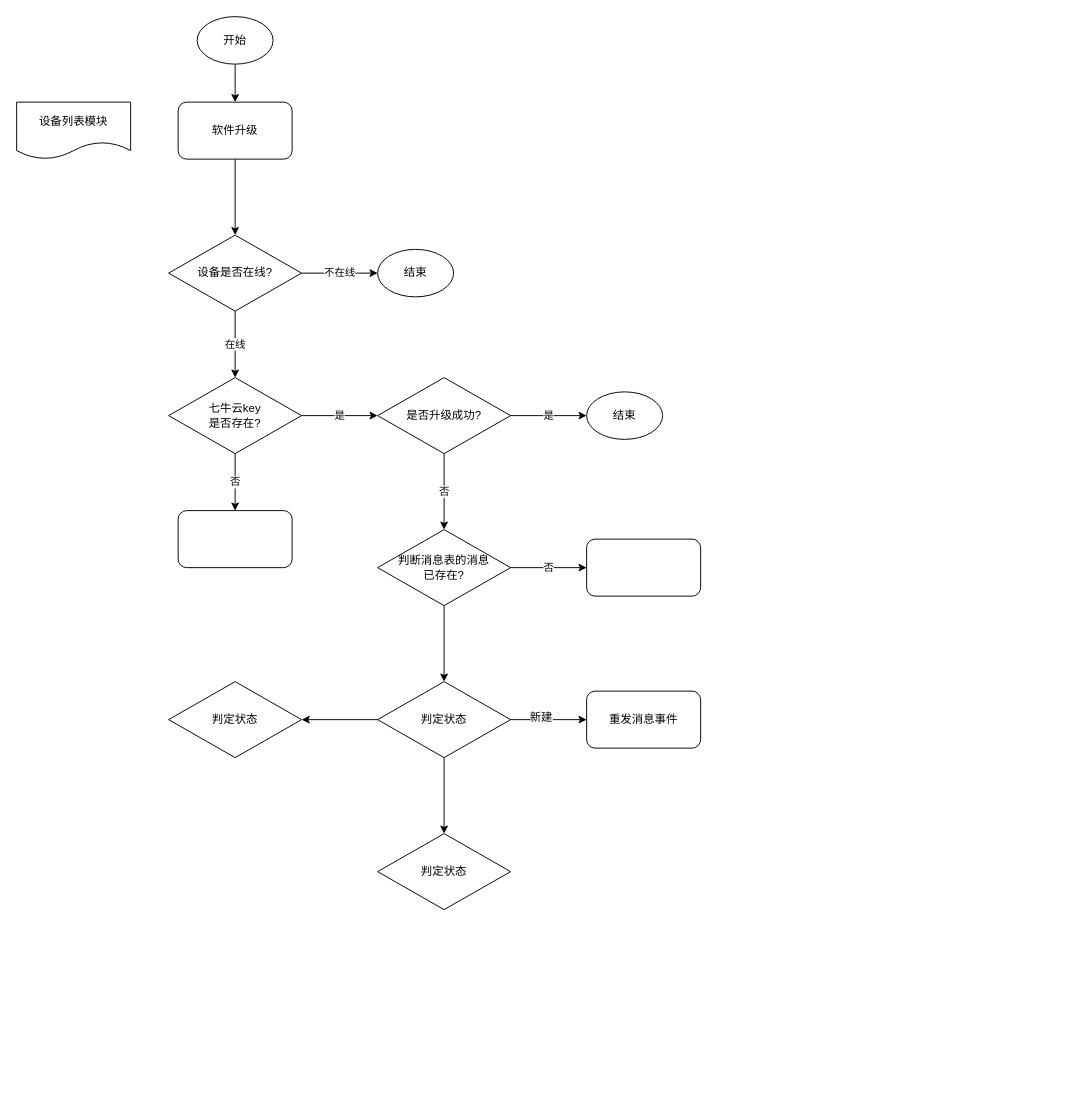
Above: 流程图-软件升级.drawio in wanweikang/flowchart (draw.io), before the change. Source tidied: cells renumbered, new cells numbered last; positions are measured from the earlier drawing's top-left corner, leaving out a move shared by most shapes. Both pictures are drawn from the tidied source at 95%, with x=0, y=0 at pixel (16, 16).
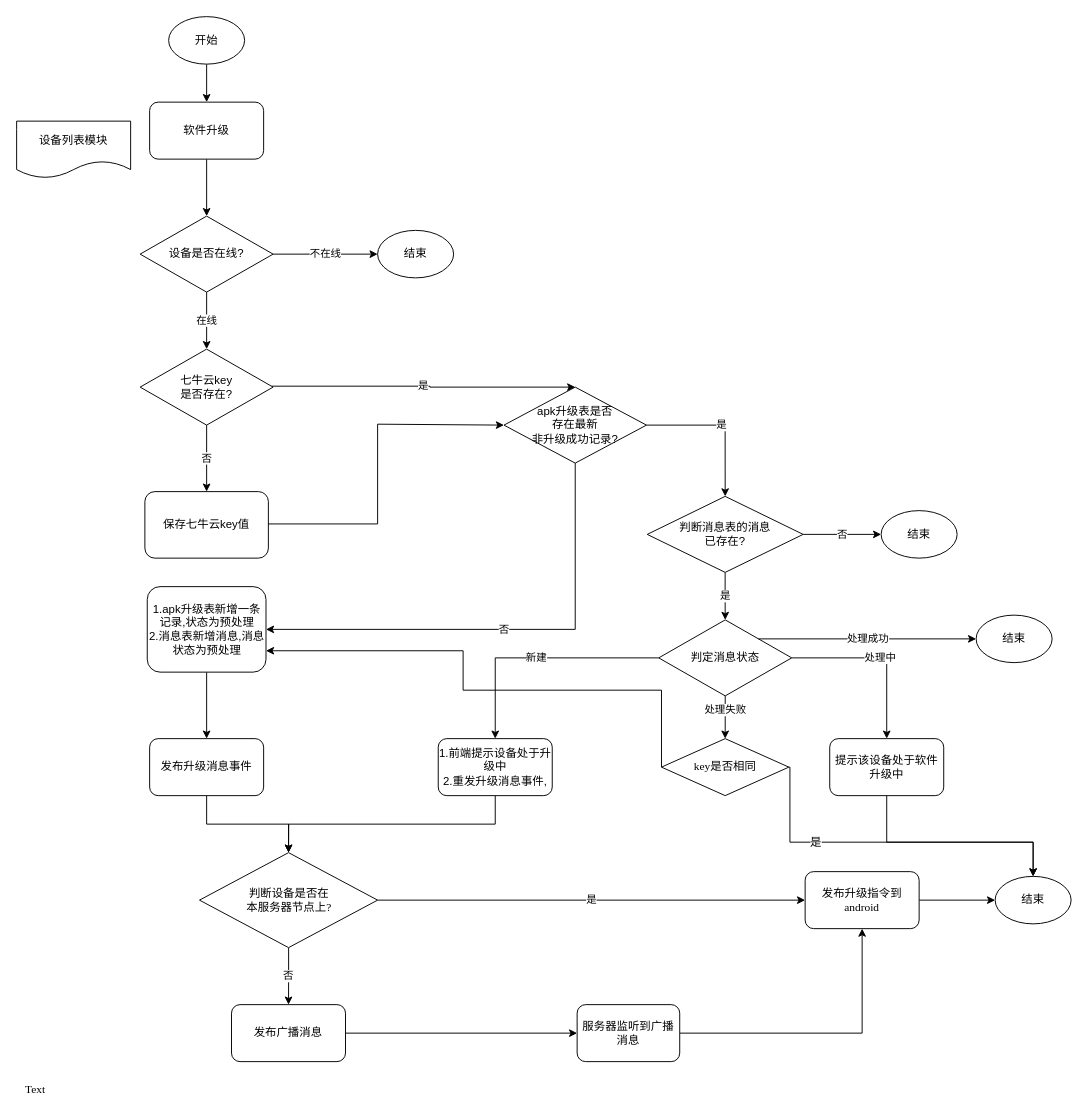
The same diagram, later.

Commit message:
Update 流程图-软件升级.drawio

Diff of the diagram source:
```diff
@@
     <mxCell id="3" value="开始" style="ellipse;whiteSpace=wrap;html=1;" parent="1" vertex="1">
-      <mxGeometry x="190" width="80" height="50" as="geometry" />
+      <mxGeometry x="160" width="80" height="50" as="geometry" />
     </mxCell>
@@
     <mxCell id="5" value="软件升级" style="rounded=1;whiteSpace=wrap;html=1;" parent="1" vertex="1">
-      <mxGeometry x="170" y="90" width="120" height="60" as="geometry" />
+      <mxGeometry x="140" y="90" width="120" height="60" as="geometry" />
     </mxCell>
     <mxCell id="6" value="设备列表模块" style="shape=document;whiteSpace=wrap;html=1;boundedLbl=1;" parent="1" vertex="1">
-      <mxGeometry y="90" width="120" height="60" as="geometry" />
+      <mxGeometry y="110" width="120" height="60" as="geometry" />
     </mxCell>
@@
-    <mxCell id="8" value="是" style="edgeStyle=orthogonalEdgeStyle;rounded=0;jettySize=auto;html=1;" parent="1" edge="1" source="9" target="12">
-      <mxGeometry relative="1" as="geometry" />
-    </mxCell>
+    <mxCell id="31" value="是" style="edgeStyle=orthogonalEdgeStyle;rounded=0;jettySize=auto;html=1;fontFamily=Garamond;entryX=0.5;entryY=0;entryDx=0;entryDy=0;" parent="1" edge="1" source="9" target="34">
+      <mxGeometry relative="1" as="geometry">
+        <Array as="points">
+          <mxPoint x="435" y="389" />
+        </Array>
+      </mxGeometry>
+    </mxCell>
     <mxCell id="9" value="七牛云key&lt;br&gt;是否存在?" style="rhombus;whiteSpace=wrap;html=1;" parent="1" vertex="1">
-      <mxGeometry x="160" y="380" width="140" height="80" as="geometry" />
+      <mxGeometry x="130" y="350" width="140" height="80" as="geometry" />
     </mxCell>
-    <mxCell id="10" value="是" style="edgeStyle=orthogonalEdgeStyle;rounded=0;jettySize=auto;html=1;" parent="1" edge="1" source="12">
-      <mxGeometry relative="1" as="geometry">
-        <mxPoint x="600" y="420" as="targetPoint" />
-      </mxGeometry>
-    </mxCell>
-    <mxCell id="11" value="否" style="edgeStyle=orthogonalEdgeStyle;rounded=0;jettySize=auto;html=1;" parent="1" edge="1" source="12" target="15">
-      <mxGeometry relative="1" as="geometry" />
-    </mxCell>
-    <mxCell id="12" value="是否升级成功?" style="rhombus;whiteSpace=wrap;html=1;" parent="1" vertex="1">
-      <mxGeometry x="380" y="380" width="140" height="80" as="geometry" />
-    </mxCell>
-    <mxCell id="13" value="否" style="edgeStyle=orthogonalEdgeStyle;rounded=0;jettySize=auto;html=1;" parent="1" edge="1" source="15">
-      <mxGeometry relative="1" as="geometry">
-        <mxPoint x="600" y="580" as="targetPoint" />
-      </mxGeometry>
-    </mxCell>
+    <mxCell id="32" value="是" style="edgeStyle=orthogonalEdgeStyle;rounded=0;jettySize=auto;html=1;exitX=1;exitY=0.5;exitDx=0;exitDy=0;entryX=0.5;entryY=0;entryDx=0;entryDy=0;fontFamily=Garamond;" parent="1" edge="1" source="34" target="15">
+      <mxGeometry relative="1" as="geometry" />
+    </mxCell>
+    <mxCell id="33" value="否" style="edgeStyle=orthogonalEdgeStyle;rounded=0;jettySize=auto;html=1;exitX=0.5;exitY=1;exitDx=0;exitDy=0;entryX=1;entryY=0.5;entryDx=0;entryDy=0;fontFamily=Garamond;" parent="1" edge="1" source="34" target="57">
+      <mxGeometry relative="1" as="geometry" />
+    </mxCell>
+    <mxCell id="34" value="apk升级表是否&lt;br&gt;存在最新&lt;br&gt;非升级成功记录?" style="rhombus;whiteSpace=wrap;html=1;" parent="1" vertex="1">
+      <mxGeometry x="513" y="390" width="150" height="80" as="geometry" />
+    </mxCell>
-    <mxCell id="14" style="edgeStyle=orthogonalEdgeStyle;rounded=0;jettySize=auto;html=1;" parent="1" edge="1" source="15" target="20">
+    <mxCell id="14" value="是" style="edgeStyle=orthogonalEdgeStyle;rounded=0;jettySize=auto;html=1;" parent="1" edge="1" source="15" target="20">
       <mxGeometry relative="1" as="geometry" />
     </mxCell>
+    <mxCell id="35" value="否" style="edgeStyle=orthogonalEdgeStyle;rounded=0;jettySize=auto;html=1;fontFamily=Garamond;entryX=0;entryY=0.5;entryDx=0;entryDy=0;" parent="1" edge="1" source="15" target="58">
+      <mxGeometry relative="1" as="geometry" />
+    </mxCell>
     <mxCell id="15" value="判断消息表的消息&lt;br&gt;已存在?" style="rhombus;whiteSpace=wrap;html=1;" parent="1" vertex="1">
-      <mxGeometry x="380" y="540" width="140" height="80" as="geometry" />
+      <mxGeometry x="663.8" y="505" width="164.1" height="80" as="geometry" />
     </mxCell>
-    <mxCell id="16" style="edgeStyle=orthogonalEdgeStyle;rounded=0;jettySize=auto;html=1;" parent="1" edge="1" source="20">
-      <mxGeometry relative="1" as="geometry">
-        <mxPoint x="600" y="740" as="targetPoint" />
-      </mxGeometry>
-    </mxCell>
-    <mxCell id="17" value="新建" style="text;html=1;align=center;verticalAlign=middle;labelBackgroundColor=#ffffff;" parent="16" vertex="1">
-      <mxGeometry x="-0.23" y="3" relative="1" as="geometry" />
+    <mxCell id="17" value="新建" style="edgeStyle=orthogonalEdgeStyle;rounded=0;jettySize=auto;html=1;exitX=0;exitY=0.5;exitDx=0;exitDy=0;entryX=0.5;entryY=0;entryDx=0;entryDy=0;fontFamily=Garamond;" parent="1" edge="1" source="20" target="30">
+      <mxGeometry relative="1" as="geometry" />
     </mxCell>
-    <mxCell id="18" style="edgeStyle=orthogonalEdgeStyle;rounded=0;jettySize=auto;html=1;" parent="1" edge="1" source="20" target="22">
-      <mxGeometry relative="1" as="geometry" />
-    </mxCell>
-    <mxCell id="19" style="edgeStyle=orthogonalEdgeStyle;rounded=0;jettySize=auto;html=1;" parent="1" edge="1" source="20" target="21">
-      <mxGeometry relative="1" as="geometry" />
-    </mxCell>
+    <mxCell id="36" value="处理中" style="edgeStyle=orthogonalEdgeStyle;rounded=0;jettySize=auto;html=1;exitX=1;exitY=0.5;exitDx=0;exitDy=0;entryX=0.5;entryY=0;entryDx=0;entryDy=0;fontFamily=Garamond;" parent="1" edge="1" source="20" target="44">
+      <mxGeometry relative="1" as="geometry" />
+    </mxCell>
-    <mxCell id="20" value="判定状态" style="rhombus;whiteSpace=wrap;html=1;" parent="1" vertex="1">
-      <mxGeometry x="380" y="700" width="140" height="80" as="geometry" />
+    <mxCell id="20" value="判定消息状态" style="rhombus;whiteSpace=wrap;html=1;" parent="1" vertex="1">
+      <mxGeometry x="675.9" y="635" width="140" height="80" as="geometry" />
     </mxCell>
-    <mxCell id="21" value="判定状态" style="rhombus;whiteSpace=wrap;html=1;" parent="1" vertex="1">
-      <mxGeometry x="160" y="700" width="140" height="80" as="geometry" />
-    </mxCell>
-    <mxCell id="22" value="判定状态" style="rhombus;whiteSpace=wrap;html=1;" parent="1" vertex="1">
-      <mxGeometry x="380" y="860" width="140" height="80" as="geometry" />
-    </mxCell>
+    <mxCell id="37" style="edgeStyle=orthogonalEdgeStyle;rounded=0;jettySize=auto;html=1;exitX=1;exitY=0.5;exitDx=0;exitDy=0;entryX=0;entryY=0.5;entryDx=0;entryDy=0;fontFamily=Garamond;" parent="1" edge="1" source="23" target="34">
+      <mxGeometry relative="1" as="geometry">
+        <Array as="points">
+          <mxPoint x="380" y="534" />
+          <mxPoint x="380" y="429" />
+        </Array>
+      </mxGeometry>
+    </mxCell>
-    <mxCell id="23" style="rounded=1;whiteSpace=wrap;html=1;" parent="1" vertex="1">
-      <mxGeometry x="170" y="520" width="120" height="60" as="geometry" />
+    <mxCell id="23" value="保存七牛云key值" style="rounded=1;whiteSpace=wrap;html=1;" parent="1" vertex="1">
+      <mxGeometry x="135" y="500" width="130" height="70" as="geometry" />
     </mxCell>
-    <mxCell id="24" value="结束" style="ellipse;whiteSpace=wrap;html=1;" parent="1" vertex="1">
-      <mxGeometry x="600" y="395" width="80" height="50" as="geometry" />
-    </mxCell>
-    <mxCell id="25" style="rounded=1;whiteSpace=wrap;html=1;" parent="1" vertex="1">
-      <mxGeometry x="600" y="550" width="120" height="60" as="geometry" />
-    </mxCell>
+    <mxCell id="38" style="edgeStyle=orthogonalEdgeStyle;rounded=0;jettySize=auto;html=1;exitX=0.5;exitY=1;exitDx=0;exitDy=0;entryX=0.5;entryY=0;entryDx=0;entryDy=0;fontFamily=Garamond;" parent="1" edge="1" source="39" target="48">
+      <mxGeometry relative="1" as="geometry" />
+    </mxCell>
+    <mxCell id="39" value="发布升级消息事件" style="rounded=1;whiteSpace=wrap;html=1;" parent="1" vertex="1">
+      <mxGeometry x="140" y="760" width="120" height="60" as="geometry" />
+    </mxCell>
@@
     <mxCell id="27" value="不在线" style="edgeStyle=orthogonalEdgeStyle;rounded=0;jettySize=auto;html=1;" parent="1" edge="1" source="28">
       <mxGeometry relative="1" as="geometry">
-        <mxPoint x="380" y="270" as="targetPoint" />
+        <mxPoint x="380" y="250" as="targetPoint" />
       </mxGeometry>
     </mxCell>
     <mxCell id="28" value="设备是否在线?" style="rhombus;whiteSpace=wrap;html=1;" parent="1" vertex="1">
-      <mxGeometry x="160" y="230" width="140" height="80" as="geometry" />
+      <mxGeometry x="130" y="210" width="140" height="80" as="geometry" />
     </mxCell>
     <mxCell id="29" value="结束" style="ellipse;whiteSpace=wrap;html=1;" parent="1" vertex="1">
-      <mxGeometry x="380" y="245" width="80" height="50" as="geometry" />
+      <mxGeometry x="380" y="225" width="80" height="50" as="geometry" />
     </mxCell>
+    <mxCell id="40" style="edgeStyle=orthogonalEdgeStyle;rounded=0;jettySize=auto;html=1;exitX=0.5;exitY=1;exitDx=0;exitDy=0;entryX=0.5;entryY=0;entryDx=0;entryDy=0;fontFamily=Garamond;" parent="1" edge="1" source="30" target="48">
+      <mxGeometry relative="1" as="geometry" />
+    </mxCell>
-    <mxCell id="30" value="重发消息事件" style="rounded=1;whiteSpace=wrap;html=1;" parent="1" vertex="1">
-      <mxGeometry x="600" y="710" width="120" height="60" as="geometry" />
+    <mxCell id="30" value="1.前端提示设备处于升级中&lt;br&gt;2.重发升级消息事件," style="rounded=1;whiteSpace=wrap;html=1;" parent="1" vertex="1">
+      <mxGeometry x="443.8" y="760" width="120" height="60" as="geometry" />
     </mxCell>
+    <mxCell id="41" value="处理失败" style="endArrow=classic;html=1;fontFamily=Garamond;entryX=0.5;entryY=0;entryDx=0;entryDy=0;exitX=0.5;exitY=1;exitDx=0;exitDy=0;" parent="1" edge="1" source="20" target="62">
+      <mxGeometry x="-0.33" relative="1" as="geometry" />
+    </mxCell>
+    <mxCell id="42" value="结束" style="ellipse;whiteSpace=wrap;html=1;" parent="1" vertex="1">
+      <mxGeometry x="1010" y="630" width="80" height="50" as="geometry" />
+    </mxCell>
+    <mxCell id="43" style="edgeStyle=orthogonalEdgeStyle;rounded=0;jettySize=auto;html=1;exitX=0.5;exitY=1;exitDx=0;exitDy=0;entryX=0.5;entryY=0;entryDx=0;entryDy=0;fontFamily=Garamond;" parent="1" edge="1" source="44" target="55">
+      <mxGeometry relative="1" as="geometry">
+        <Array as="points">
+          <mxPoint x="915" y="869" />
+          <mxPoint x="1070" y="869" />
+        </Array>
+      </mxGeometry>
+    </mxCell>
+    <mxCell id="44" value="提示该设备处于软件升级中" style="rounded=1;whiteSpace=wrap;html=1;fontFamily=Garamond;" parent="1" vertex="1">
+      <mxGeometry x="855.9" y="760" width="120" height="60" as="geometry" />
+    </mxCell>
+    <mxCell id="45" value="处理成功" style="endArrow=classic;html=1;fontFamily=Garamond;exitX=1;exitY=0;exitDx=0;exitDy=0;entryX=0;entryY=0.5;entryDx=0;entryDy=0;" parent="1" edge="1" source="20" target="42">
+      <mxGeometry relative="1" as="geometry" />
+    </mxCell>
+    <mxCell id="46" value="否" style="edgeStyle=orthogonalEdgeStyle;rounded=0;jettySize=auto;html=1;fontFamily=Garamond;entryX=0.5;entryY=0;entryDx=0;entryDy=0;" parent="1" edge="1" source="48" target="50">
+      <mxGeometry relative="1" as="geometry" />
+    </mxCell>
+    <mxCell id="47" value="是" style="edgeStyle=orthogonalEdgeStyle;rounded=0;jettySize=auto;html=1;fontFamily=Garamond;entryX=0;entryY=0.5;entryDx=0;entryDy=0;" parent="1" edge="1" source="48" target="54">
+      <mxGeometry relative="1" as="geometry" />
+    </mxCell>
+    <mxCell id="48" value="判断设备是否在&lt;br&gt;本服务器节点上?" style="rhombus;whiteSpace=wrap;html=1;fontFamily=Garamond;" parent="1" vertex="1">
+      <mxGeometry x="192.5" y="880" width="187.5" height="100" as="geometry" />
+    </mxCell>
+    <mxCell id="49" style="edgeStyle=orthogonalEdgeStyle;rounded=0;jettySize=auto;html=1;fontFamily=Garamond;" parent="1" edge="1" source="50" target="52">
+      <mxGeometry relative="1" as="geometry" />
+    </mxCell>
+    <mxCell id="50" value="发布广播消息" style="rounded=1;whiteSpace=wrap;html=1;fontFamily=Garamond;" parent="1" vertex="1">
+      <mxGeometry x="226.2" y="1040" width="120" height="60" as="geometry" />
+    </mxCell>
+    <mxCell id="51" style="edgeStyle=orthogonalEdgeStyle;rounded=0;jettySize=auto;html=1;exitX=1;exitY=0.5;exitDx=0;exitDy=0;fontFamily=Garamond;" parent="1" edge="1" source="52" target="54">
+      <mxGeometry relative="1" as="geometry" />
+    </mxCell>
+    <mxCell id="52" value="服务器监听到广播消息" style="rounded=1;whiteSpace=wrap;html=1;fontFamily=Garamond;" parent="1" vertex="1">
+      <mxGeometry x="590" y="1040" width="108" height="60" as="geometry" />
+    </mxCell>
+    <mxCell id="53" style="edgeStyle=orthogonalEdgeStyle;rounded=0;jettySize=auto;html=1;fontFamily=Garamond;entryX=0;entryY=0.5;entryDx=0;entryDy=0;" parent="1" edge="1" source="54" target="55">
+      <mxGeometry relative="1" as="geometry" />
+    </mxCell>
+    <mxCell id="54" value="发布升级指令到android" style="rounded=1;whiteSpace=wrap;html=1;fontFamily=Garamond;" parent="1" vertex="1">
+      <mxGeometry x="830" y="900" width="120" height="60" as="geometry" />
+    </mxCell>
+    <mxCell id="55" value="结束" style="ellipse;whiteSpace=wrap;html=1;" parent="1" vertex="1">
+      <mxGeometry x="1030" y="905" width="80" height="50" as="geometry" />
+    </mxCell>
+    <mxCell id="56" style="edgeStyle=orthogonalEdgeStyle;rounded=0;jettySize=auto;html=1;exitX=0.5;exitY=1;exitDx=0;exitDy=0;fontFamily=Garamond;" parent="1" edge="1" source="57" target="39">
+      <mxGeometry relative="1" as="geometry" />
+    </mxCell>
+    <mxCell id="57" value="&lt;span style=&quot;font-family: &amp;#34;helvetica&amp;#34; ; white-space: normal&quot;&gt;1.apk升级表新增一条记录,状态为预处理&lt;br&gt;2.消息表新增消息,消息状态为预处理&lt;/span&gt;" style="rounded=1;whiteSpace=wrap;html=1;fontFamily=Garamond;" parent="1" vertex="1">
+      <mxGeometry x="137.5" y="600" width="125" height="90" as="geometry" />
+    </mxCell>
+    <mxCell id="58" value="结束" style="ellipse;whiteSpace=wrap;html=1;" parent="1" vertex="1">
+      <mxGeometry x="910" y="520" width="80" height="50" as="geometry" />
+    </mxCell>
+    <mxCell id="59" style="edgeStyle=orthogonalEdgeStyle;rounded=0;jettySize=auto;html=1;exitX=1;exitY=0.5;exitDx=0;exitDy=0;entryX=0.5;entryY=0;entryDx=0;entryDy=0;fontFamily=Garamond;" parent="1" edge="1" source="62" target="55">
+      <mxGeometry relative="1" as="geometry">
+        <Array as="points">
+          <mxPoint x="814" y="869" />
+          <mxPoint x="1070" y="869" />
+        </Array>
+      </mxGeometry>
+    </mxCell>
+    <mxCell id="60" value="是" style="text;html=1;align=center;verticalAlign=middle;labelBackgroundColor=#ffffff;fontFamily=Garamond;" parent="59" vertex="1">
+      <mxGeometry x="-0.57" y="18" relative="1" as="geometry">
+        <mxPoint x="26.3" y="18.7" as="offset" />
+      </mxGeometry>
+    </mxCell>
+    <mxCell id="61" style="edgeStyle=orthogonalEdgeStyle;rounded=0;jettySize=auto;html=1;exitX=0;exitY=0.5;exitDx=0;exitDy=0;entryX=1;entryY=0.75;entryDx=0;entryDy=0;fontFamily=Garamond;" parent="1" edge="1" source="62" target="57">
+      <mxGeometry relative="1" as="geometry">
+        <Array as="points">
+          <mxPoint x="679" y="709" />
+          <mxPoint x="470" y="709" />
+          <mxPoint x="470" y="668" />
+        </Array>
+      </mxGeometry>
+    </mxCell>
+    <mxCell id="62" value="key是否相同" style="rhombus;whiteSpace=wrap;html=1;fontFamily=Garamond;" parent="1" vertex="1">
+      <mxGeometry x="678.8" y="760" width="134.1" height="60" as="geometry" />
+    </mxCell>
+    <mxCell id="63" value="Text" style="text;html=1;strokeColor=none;fillColor=none;align=center;verticalAlign=middle;whiteSpace=wrap;rounded=0;fontFamily=Garamond;" parent="1" vertex="1">
+      <mxGeometry y="1120" width="40" height="20" as="geometry" />
+    </mxCell>
```
